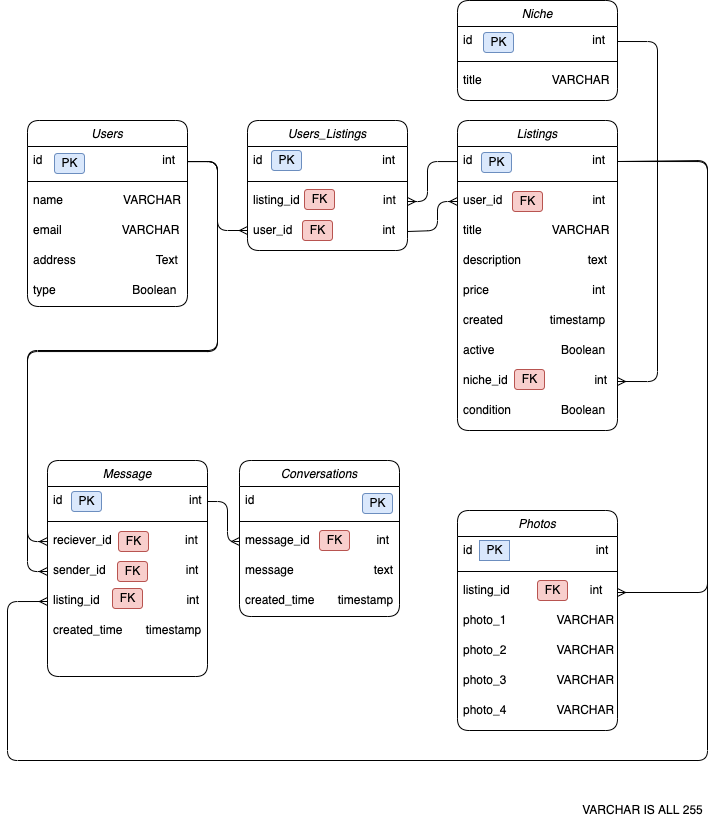
Before: planning/ERD.png, a diagram exported from draw.io (ttbinh139/light_marketplace). Source tidied: cells renumbered, new cells last; positions are measured from the earlier drawing's top-left corner, leaving out a move shared by most shapes.
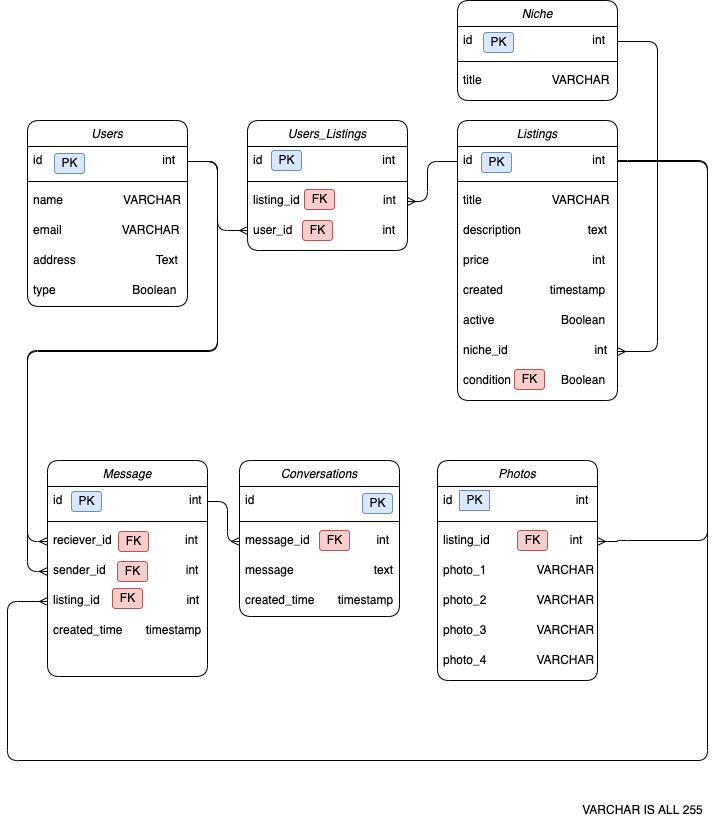
Above is the later version.

The edit, as a diff of the source:
```diff
@@ -51,16 +51,6 @@
         </Array>
       </mxGeometry>
     </mxCell>
-    <mxCell id="10" style="edgeStyle=orthogonalEdgeStyle;rounded=1;jettySize=auto;html=1;exitX=1;exitY=0.5;exitDx=0;exitDy=0;entryX=0;entryY=0.5;entryDx=0;entryDy=0;strokeColor=default;endArrow=ERmany;endFill=0;" parent="1" edge="1" target="57">
-      <mxGeometry relative="1" as="geometry">
-        <mxPoint x="400" y="231" as="sourcePoint" />
-        <Array as="points">
-          <mxPoint x="400" y="230" />
-          <mxPoint x="430" y="230" />
-          <mxPoint x="430" y="201" />
-        </Array>
-      </mxGeometry>
-    </mxCell>
     <mxCell id="11" style="group;rounded=1;" parent="1" vertex="1">
       <mxGeometry x="20" y="120" width="160" height="186" as="geometry" />
     </mxCell>
@@ -203,7 +193,7 @@
       <mxGeometry x="476" y="32" width="30" height="20" as="geometry" />
     </mxCell>
     <mxCell id="54" value="Listings" style="swimlane;fontStyle=2;align=center;verticalAlign=top;horizontal=1;startSize=26;rounded=1;shadow=0;strokeWidth=1;" parent="1" vertex="1">
-      <mxGeometry x="450" y="120" width="160" height="310" as="geometry" />
+      <mxGeometry x="450" y="120" width="160" height="280" as="geometry" />
     </mxCell>
     <mxCell id="55" value="id                                    int" style="text;align=left;verticalAlign=top;spacingLeft=4;spacingRight=4;overflow=hidden;points=[[0,0.5],[1,0.5]];portConstraint=eastwest;rounded=1;" parent="54" vertex="1">
       <mxGeometry y="26" width="160" height="30" as="geometry" />
@@ -211,33 +201,27 @@
     <mxCell id="56" style="line;html=1;strokeWidth=1;align=left;verticalAlign=middle;spacingTop=-1;spacingLeft=3;spacingRight=3;labelPosition=right;rounded=1;" parent="54" vertex="1">
       <mxGeometry y="56" width="160" height="10" as="geometry" />
     </mxCell>
-    <mxCell id="57" value="user_id                           int" style="text;align=left;verticalAlign=top;spacingLeft=4;spacingRight=4;overflow=hidden;points=[[0,0.5],[1,0.5]];portConstraint=eastwest;rounded=1;shadow=0;html=0;" parent="54" vertex="1">
-      <mxGeometry y="66" width="160" height="30" as="geometry" />
-    </mxCell>
     <mxCell id="58" value="title                     VARCHAR" style="text;align=left;verticalAlign=top;spacingLeft=4;spacingRight=4;overflow=hidden;rounded=1;shadow=0;html=0;" parent="54" vertex="1">
-      <mxGeometry y="96" width="160" height="30" as="geometry" />
+      <mxGeometry y="66" width="160" height="30" as="geometry" />
     </mxCell>
     <mxCell id="59" value="description                    text" style="text;align=left;verticalAlign=top;spacingLeft=4;spacingRight=4;overflow=hidden;rounded=1;" parent="54" vertex="1">
-      <mxGeometry y="126" width="160" height="30" as="geometry" />
+      <mxGeometry y="96" width="160" height="30" as="geometry" />
     </mxCell>
     <mxCell id="60" value="price                               int" style="text;align=left;verticalAlign=top;spacingLeft=4;spacingRight=4;overflow=hidden;rounded=1;" parent="54" vertex="1">
-      <mxGeometry y="156" width="160" height="30" as="geometry" />
+      <mxGeometry y="126" width="160" height="30" as="geometry" />
     </mxCell>
     <mxCell id="61" value="created              timestamp" style="text;align=left;verticalAlign=top;spacingLeft=4;spacingRight=4;overflow=hidden;rounded=1;" parent="54" vertex="1">
-      <mxGeometry y="186" width="160" height="30" as="geometry" />
+      <mxGeometry y="156" width="160" height="30" as="geometry" />
     </mxCell>
     <mxCell id="62" value="active                    Boolean" style="text;align=left;verticalAlign=top;spacingLeft=4;spacingRight=4;overflow=hidden;rounded=1;" parent="54" vertex="1">
-      <mxGeometry y="216" width="160" height="30" as="geometry" />
+      <mxGeometry y="186" width="160" height="30" as="geometry" />
     </mxCell>
     <mxCell id="63" value="niche_id                          int" style="text;align=left;verticalAlign=top;spacingLeft=4;spacingRight=4;overflow=hidden;points=[[0,0.5],[1,0.5]];portConstraint=eastwest;rounded=1;shadow=0;html=0;" parent="54" vertex="1">
-      <mxGeometry y="246" width="160" height="30" as="geometry" />
+      <mxGeometry y="216" width="160" height="30" as="geometry" />
     </mxCell>
     <mxCell id="64" value="condition               Boolean" style="text;align=left;verticalAlign=top;spacingLeft=4;spacingRight=4;overflow=hidden;rounded=1;" parent="54" vertex="1">
-      <mxGeometry y="276" width="160" height="30" as="geometry" />
+      <mxGeometry y="246" width="160" height="30" as="geometry" />
     </mxCell>
-    <mxCell id="65" value="FK" style="text;html=1;align=center;verticalAlign=middle;strokeColor=#b85450;fillColor=#f8cecc;rounded=1;" parent="1" vertex="1">
-      <mxGeometry x="505" y="191" width="30" height="20" as="geometry" />
-    </mxCell>
     <mxCell id="66" value="FK" style="text;html=1;align=center;verticalAlign=middle;strokeColor=#b85450;fillColor=#f8cecc;rounded=1;" parent="1" vertex="1">
       <mxGeometry x="507" y="369" width="30" height="20" as="geometry" />
     </mxCell>
@@ -245,15 +229,28 @@
       <mxGeometry relative="1" as="geometry">
         <Array as="points">
           <mxPoint x="650" y="41" />
-          <mxPoint x="650" y="381" />
+          <mxPoint x="650" y="351" />
         </Array>
       </mxGeometry>
     </mxCell>
     <mxCell id="68" value="VARCHAR IS ALL 255" style="text;html=1;align=center;verticalAlign=middle;strokeColor=none;fillColor=none;" parent="1" vertex="1">
       <mxGeometry x="570" y="800" width="130" height="20" as="geometry" />
     </mxCell>
+    <mxCell id="79" style="edgeStyle=orthogonalEdgeStyle;rounded=1;jettySize=auto;html=1;strokeColor=default;endArrow=ERmany;endFill=0;exitX=1;exitY=0.5;exitDx=0;exitDy=0;entryX=1;entryY=0.5;entryDx=0;entryDy=0;" parent="1" edge="1" source="55" target="72">
+      <mxGeometry relative="1" as="geometry">
+        <Array as="points">
+          <mxPoint x="700" y="161" />
+          <mxPoint x="700" y="540" />
+          <mxPoint x="610" y="540" />
+          <mxPoint x="610" y="541" />
+        </Array>
+      </mxGeometry>
+    </mxCell>
+    <mxCell id="80" style="group;" parent="1" vertex="1">
+      <mxGeometry x="430" y="460" width="160" height="220" as="geometry" />
+    </mxCell>
-    <mxCell id="69" value="Photos" style="swimlane;fontStyle=2;align=center;verticalAlign=top;horizontal=1;startSize=26;rounded=1;shadow=0;strokeWidth=1;" parent="1" vertex="1">
-      <mxGeometry x="450" y="510" width="160" height="220" as="geometry" />
+    <mxCell id="69" value="Photos" style="swimlane;fontStyle=2;align=center;verticalAlign=top;horizontal=1;startSize=26;rounded=1;shadow=0;strokeWidth=1;" parent="80" vertex="1">
+      <mxGeometry width="160" height="220" as="geometry" />
     </mxCell>
     <mxCell id="70" value="id                                     int" style="text;align=left;verticalAlign=top;spacingLeft=4;spacingRight=4;overflow=hidden;rounded=1;" parent="69" vertex="1">
       <mxGeometry y="26" width="160" height="30" as="geometry" />
@@ -273,23 +270,14 @@
     <mxCell id="75" value="photo_3               VARCHAR" style="text;align=left;verticalAlign=top;spacingLeft=4;spacingRight=4;overflow=hidden;rounded=1;shadow=0;html=0;" parent="69" vertex="1">
       <mxGeometry y="156" width="160" height="30" as="geometry" />
     </mxCell>
-    <mxCell id="76" value="FK" style="text;html=1;align=center;verticalAlign=middle;strokeColor=#b85450;fillColor=#f8cecc;rounded=1;" parent="1" vertex="1">
-      <mxGeometry x="530" y="580" width="30" height="20" as="geometry" />
+    <mxCell id="76" value="FK" style="text;html=1;align=center;verticalAlign=middle;strokeColor=#b85450;fillColor=#f8cecc;rounded=1;" parent="80" vertex="1">
+      <mxGeometry x="80" y="70" width="30" height="20" as="geometry" />
     </mxCell>
-    <mxCell id="77" value="photo_4               VARCHAR" style="text;align=left;verticalAlign=top;spacingLeft=4;spacingRight=4;overflow=hidden;rounded=1;shadow=0;html=0;" parent="1" vertex="1">
-      <mxGeometry x="450" y="696" width="160" height="30" as="geometry" />
+    <mxCell id="77" value="photo_4               VARCHAR" style="text;align=left;verticalAlign=top;spacingLeft=4;spacingRight=4;overflow=hidden;rounded=1;shadow=0;html=0;" parent="80" vertex="1">
+      <mxGeometry y="186" width="160" height="30" as="geometry" />
     </mxCell>
-    <mxCell id="78" value="PK" style="text;html=1;align=center;verticalAlign=middle;strokeColor=#6c8ebf;fillColor=#dae8fc;rounded=1;arcSize=0;" parent="1" vertex="1">
-      <mxGeometry x="472" y="540" width="30" height="20" as="geometry" />
+    <mxCell id="78" value="PK" style="text;html=1;align=center;verticalAlign=middle;strokeColor=#6c8ebf;fillColor=#dae8fc;rounded=1;arcSize=0;" parent="80" vertex="1">
+      <mxGeometry x="22" y="30" width="30" height="20" as="geometry" />
     </mxCell>
-    <mxCell id="79" style="edgeStyle=orthogonalEdgeStyle;rounded=1;jettySize=auto;html=1;strokeColor=default;endArrow=ERmany;endFill=0;exitX=1;exitY=0.5;exitDx=0;exitDy=0;entryX=1;entryY=0.5;entryDx=0;entryDy=0;" parent="1" edge="1" source="55" target="72">
-      <mxGeometry relative="1" as="geometry">
-        <Array as="points">
-          <mxPoint x="700" y="161" />
-          <mxPoint x="700" y="592" />
-          <mxPoint x="610" y="592" />
-        </Array>
-      </mxGeometry>
-    </mxCell>
   </root>
 </mxGraphModel>
```
